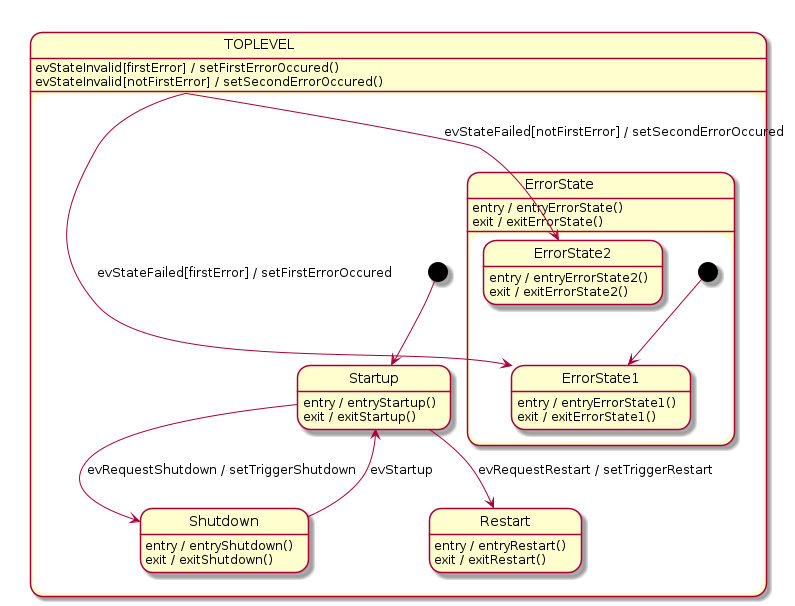
Earlier version of the PlantUML export fsm/example.png (Rosi2143/fsm_parser).
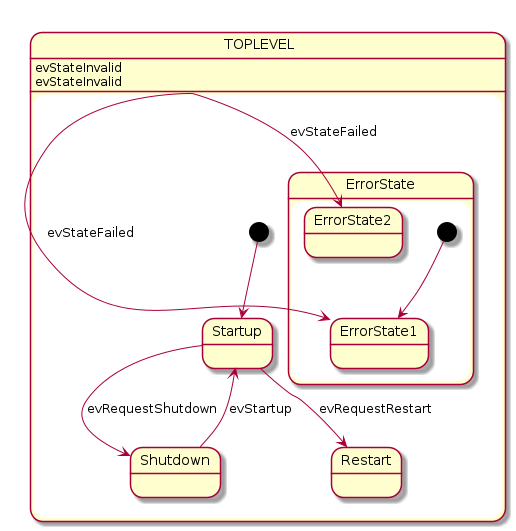
The same diagram one commit later.

Diff of the diagram source:
```diff
@@ -1,44 +1,32 @@
 @startuml
 state TOPLEVEL {
    state Startup {
-      Startup : entry / entryStartup()
-      Startup : exit / exitStartup()
-      Startup --> Shutdown : evRequestShutdown / setTriggerShutdown
-      Startup --> Restart : evRequestRestart / setTriggerRestart
+      Startup --> Shutdown : evRequestShutdown
+      Startup --> Restart : evRequestRestart
    }
 
    state Shutdown {
-      Shutdown : entry / entryShutdown()
-      Shutdown : exit / exitShutdown()
       Shutdown --> Startup : evStartup
    }
 
    state Restart {
-      Restart : entry / entryRestart()
-      Restart : exit / exitRestart()
    }
 
    state ErrorState {
       state ErrorState1 {
-         ErrorState1 : entry / entryErrorState1()
-         ErrorState1 : exit / exitErrorState1()
       }
 
       state ErrorState2 {
-         ErrorState2 : entry / entryErrorState2()
-         ErrorState2 : exit / exitErrorState2()
       }
 
       [*] --> ErrorState1
-      ErrorState : entry / entryErrorState()
-      ErrorState : exit / exitErrorState()
    }
 
    [*] --> Startup
-   TOPLEVEL --> ErrorState1 : evStateFailed[firstError] / setFirstErrorOccured
-   TOPLEVEL : evStateInvalid[firstError] / setFirstErrorOccured()
-   TOPLEVEL --> ErrorState2 : evStateFailed[notFirstError] / setSecondErrorOccured
-   TOPLEVEL : evStateInvalid[notFirstError] / setSecondErrorOccured()
+   TOPLEVEL --> ErrorState1 : evStateFailed
+   TOPLEVEL : evStateInvalid
+   TOPLEVEL --> ErrorState2 : evStateFailed
+   TOPLEVEL : evStateInvalid
 }
 
 @enduml
```
